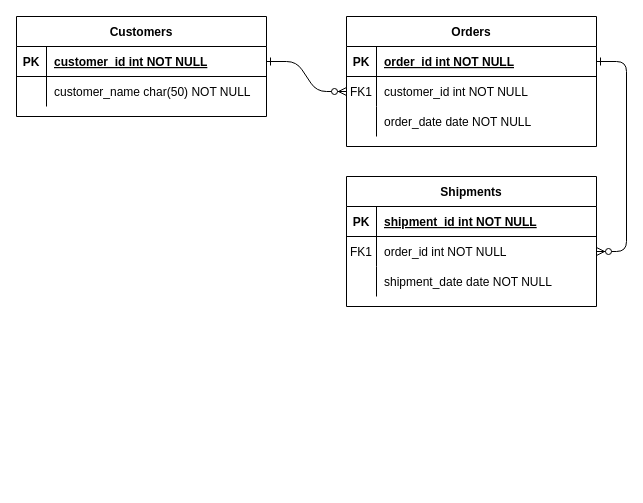
This is budget_ERD.drawio from L-Bauer/budget-tracker, a draw.io file, before an edit. Source tidied: cells renumbered, new cells numbered last; positions are measured from the earlier drawing's top-left corner, leaving out a move shared by most shapes. Both pictures are drawn from the tidied source at 100%, with x=0, y=0 at pixel (16, 16).
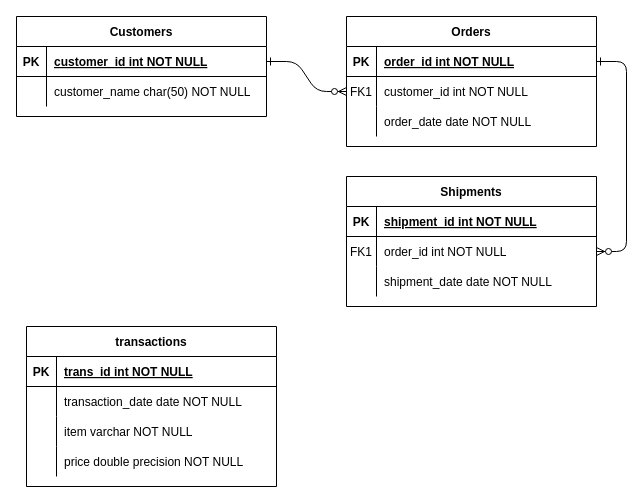
The same page after the edit.

Change to the diagram source:
```diff
@@
+    <mxCell id="31" value="transactions" style="shape=table;startSize=30;childLayout=tableLayout;rowLines=0;fontStyle=1;align=center;" parent="1" vertex="1">
+      <mxGeometry x="10" y="310" width="250" height="160" as="geometry" />
+    </mxCell>
+    <mxCell id="32" style="shape=partialRectangle;fillColor=none;top=0;left=0;right=0;bottom=1;" parent="31" vertex="1">
+      <mxGeometry y="30" width="250" height="30" as="geometry" />
+    </mxCell>
+    <mxCell id="33" value="PK" style="shape=partialRectangle;overflow=hidden;fillColor=none;top=0;left=0;bottom=0;right=0;fontStyle=1;" parent="32" vertex="1">
+      <mxGeometry width="30" height="30" as="geometry" />
+    </mxCell>
+    <mxCell id="34" value="trans_id int NOT NULL " style="shape=partialRectangle;overflow=hidden;fillColor=none;top=0;left=0;bottom=0;right=0;align=left;spacingLeft=6;fontStyle=5;" parent="32" vertex="1">
+      <mxGeometry x="30" width="220" height="30" as="geometry" />
+    </mxCell>
+    <mxCell id="35" style="shape=partialRectangle;fillColor=none;top=0;left=0;right=0;bottom=0;" parent="31" vertex="1">
+      <mxGeometry y="60" width="250" height="30" as="geometry" />
+    </mxCell>
+    <mxCell id="36" style="shape=partialRectangle;overflow=hidden;fillColor=none;top=0;left=0;bottom=0;right=0;" parent="35" vertex="1">
+      <mxGeometry width="30" height="30" as="geometry" />
+    </mxCell>
+    <mxCell id="37" value="transaction_date date NOT NULL" style="shape=partialRectangle;overflow=hidden;fillColor=none;top=0;left=0;bottom=0;right=0;align=left;spacingLeft=6;" parent="35" vertex="1">
+      <mxGeometry x="30" width="220" height="30" as="geometry" />
+    </mxCell>
+    <mxCell id="38" style="shape=partialRectangle;fillColor=none;top=0;left=0;right=0;bottom=0;" parent="31" vertex="1">
+      <mxGeometry y="90" width="250" height="30" as="geometry" />
+    </mxCell>
+    <mxCell id="39" style="shape=partialRectangle;overflow=hidden;fillColor=none;top=0;left=0;bottom=0;right=0;" parent="38" vertex="1">
+      <mxGeometry width="30" height="30" as="geometry" />
+    </mxCell>
+    <mxCell id="40" value="item varchar NOT NULL" style="shape=partialRectangle;overflow=hidden;fillColor=none;top=0;left=0;bottom=0;right=0;align=left;spacingLeft=6;" parent="38" vertex="1">
+      <mxGeometry x="30" width="220" height="30" as="geometry" />
+    </mxCell>
+    <mxCell id="41" style="shape=partialRectangle;fillColor=none;top=0;left=0;right=0;bottom=0;" parent="31" vertex="1">
+      <mxGeometry y="120" width="250" height="30" as="geometry" />
+    </mxCell>
+    <mxCell id="42" style="shape=partialRectangle;overflow=hidden;fillColor=none;top=0;left=0;bottom=0;right=0;" parent="41" vertex="1">
+      <mxGeometry width="30" height="30" as="geometry" />
+    </mxCell>
+    <mxCell id="43" value="price double precision NOT NULL" style="shape=partialRectangle;overflow=hidden;fillColor=none;top=0;left=0;bottom=0;right=0;align=left;spacingLeft=6;" parent="41" vertex="1">
+      <mxGeometry x="30" width="220" height="30" as="geometry" />
+    </mxCell>
```
